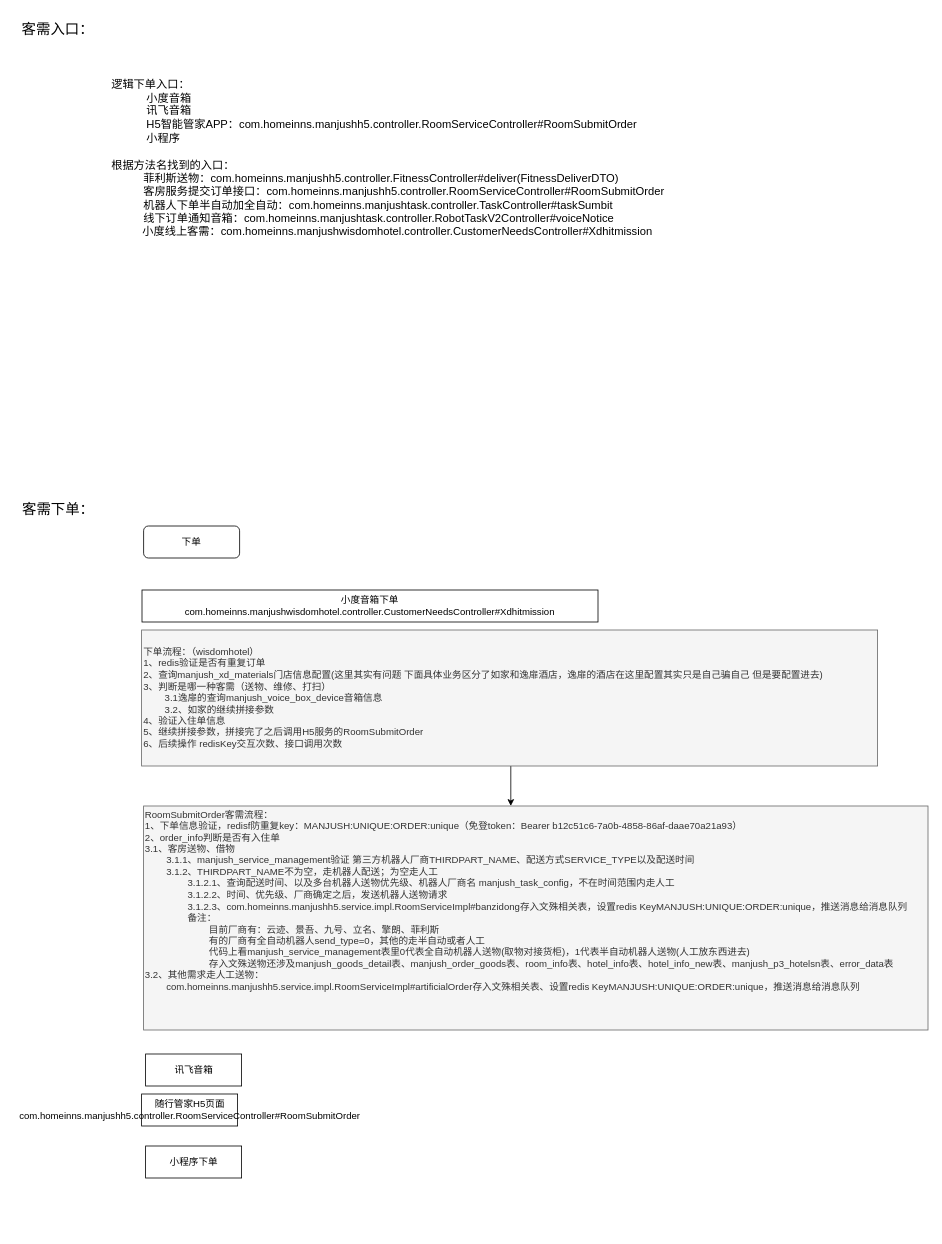
Earlier version of the draw.io diagram manjush客需.drawio (G5G5GQ/taiji). Source tidied: cells renumbered, new cells numbered last; positions are measured from the earlier drawing's top-left corner, leaving out a move shared by most shapes. Both pictures are drawn from the tidied source at 80%, with x=0, y=0 at pixel (14, 14).
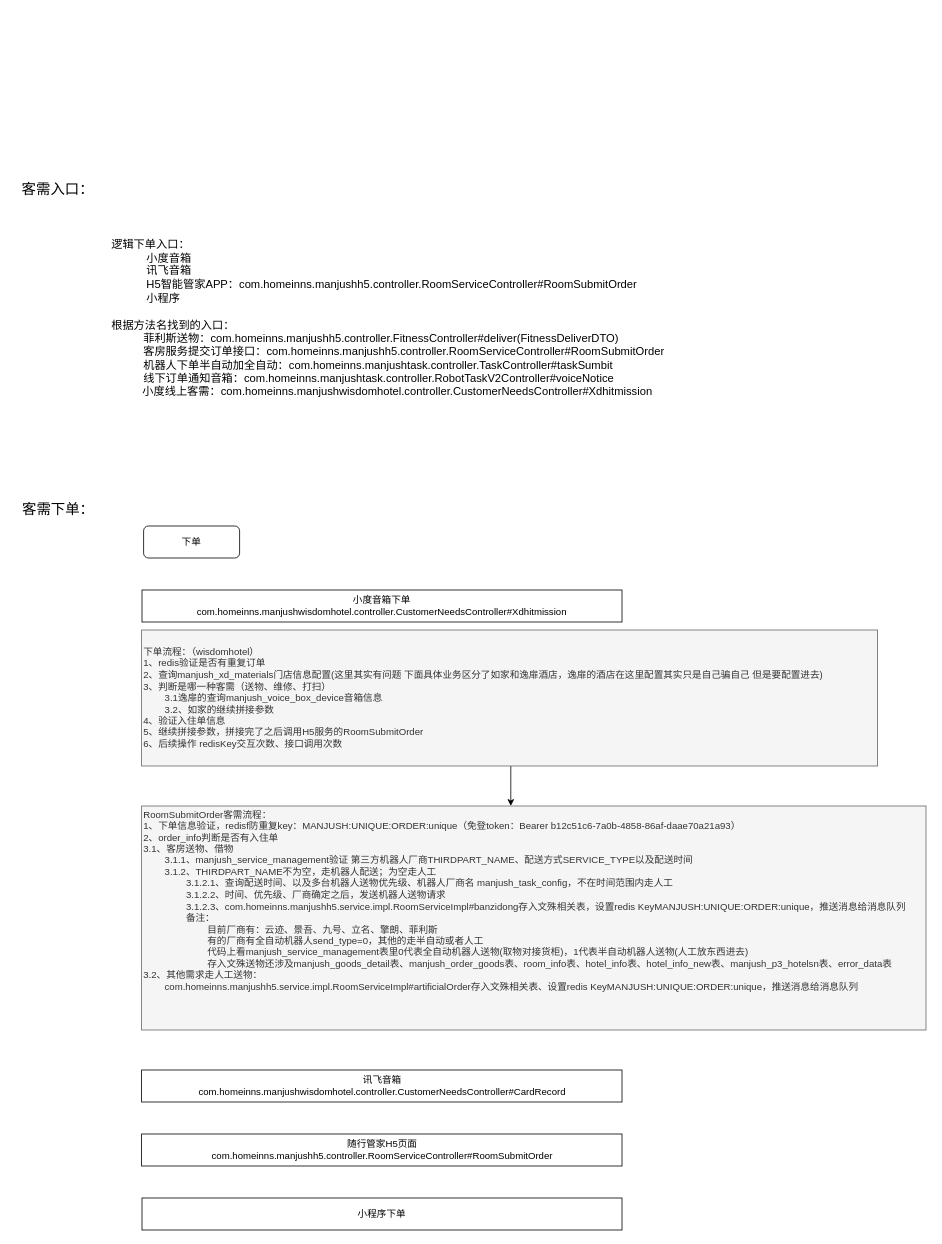
Above is the later version.

Diff of the diagram source:
```diff
@@
 <mxGraphModel>
   <root>
     <mxCell id="0" />
     <mxCell id="1" parent="0" />
     <mxCell id="2" value="&lt;font style=&quot;font-size: 18px;&quot;&gt;客需下单：&lt;/font&gt;" style="text;html=1;align=center;verticalAlign=middle;strokeColor=none;fillColor=none;" parent="1" vertex="1">
       <mxGeometry y="600" width="110" height="40" as="geometry" />
     </mxCell>
     <mxCell id="3" value="小度音箱下单&lt;div&gt;com.homeinns.manjushwisdomhotel.controller.CustomerNeedsController#Xdhitmission&lt;br&gt;&lt;/div&gt;" style="rounded=0;whiteSpace=wrap;html=1;" parent="1" vertex="1">
-      <mxGeometry x="160" y="720" width="570" height="40" as="geometry" />
+      <mxGeometry x="160" y="720" width="600" height="40" as="geometry" />
     </mxCell>
-    <mxCell id="4" value="讯飞音箱" style="rounded=0;whiteSpace=wrap;html=1;" parent="1" vertex="1">
-      <mxGeometry x="164.5" y="1300" width="120" height="40" as="geometry" />
+    <mxCell id="4" value="讯飞音箱&lt;div&gt;com.homeinns.manjushwisdomhotel.controller.CustomerNeedsController#CardRecord&lt;br&gt;&lt;/div&gt;" style="rounded=0;whiteSpace=wrap;html=1;" parent="1" vertex="1">
+      <mxGeometry x="159.5" y="1320" width="600.5" height="40" as="geometry" />
     </mxCell>
     <mxCell id="5" value="随行管家H5页面&lt;div&gt;com.homeinns.manjushh5.controller.RoomServiceController#RoomSubmitOrder&lt;br&gt;&lt;/div&gt;" style="rounded=0;whiteSpace=wrap;html=1;" parent="1" vertex="1">
-      <mxGeometry x="159.5" y="1350" width="120" height="40" as="geometry" />
+      <mxGeometry x="159.5" y="1400" width="600.5" height="40" as="geometry" />
     </mxCell>
     <mxCell id="6" value="小程序下单" style="rounded=0;whiteSpace=wrap;html=1;" parent="1" vertex="1">
-      <mxGeometry x="164.5" y="1415" width="120" height="40" as="geometry" />
+      <mxGeometry x="160" y="1480" width="600" height="40" as="geometry" />
     </mxCell>
     <mxCell id="7" value="下单" style="rounded=1;whiteSpace=wrap;html=1;" parent="1" vertex="1">
       <mxGeometry x="162" y="640" width="120" height="40" as="geometry" />
     </mxCell>
     <mxCell id="8" style="edgeStyle=orthogonalEdgeStyle;rounded=0;jettySize=auto;html=1;" parent="1" edge="1" source="9">
       <mxGeometry relative="1" as="geometry">
         <mxPoint x="621" y="990" as="targetPoint" />
         <Array as="points">
           <mxPoint x="570" y="920" />
           <mxPoint x="570" y="920" />
         </Array>
       </mxGeometry>
     </mxCell>
     <mxCell id="9" value="下单流程：（wisdomhotel）&lt;div&gt;&lt;div style=&quot;&quot;&gt;&lt;span style=&quot;&quot;&gt;1、redis验证是否有重复订单&lt;/span&gt;&lt;/div&gt;&lt;div&gt;&lt;div&gt;2、查询manjush_xd_materials门店信息配置(&lt;span style=&quot;&quot;&gt;这里其实有问题 下面具体业务区分了如家和逸扉酒店，逸扉的酒店在这里配置其实只是自己骗自己 但是要配置进去)&lt;/span&gt;&lt;/div&gt;&lt;div&gt;3、&lt;span style=&quot;&quot;&gt;判断是哪一种客需（送物、维修、打扫）&lt;/span&gt;&lt;/div&gt;&lt;div&gt;&lt;span style=&quot;white-space: pre;&quot;&gt;&#9;&lt;/span&gt;3.1逸扉的查询manjush_voice_box_device音箱信息&lt;/div&gt;&lt;/div&gt;&lt;div&gt;&lt;span style=&quot;white-space: pre;&quot;&gt;&#9;&lt;/span&gt;3.2、如家的继续拼接参数&lt;/div&gt;&lt;div&gt;4、验证入住单信息&lt;/div&gt;&lt;div&gt;5、继续拼接参数，拼接完了之后调用H5服务的RoomSubmitOrder&lt;/div&gt;&lt;div&gt;6、后续操作 redisKey交互次数、接口调用次数&lt;/div&gt;&lt;/div&gt;" style="text;html=1;align=left;verticalAlign=middle;whiteSpace=wrap;rounded=0;textShadow=0;labelBackgroundColor=none;labelBorderColor=none;fillColor=#f5f5f5;fontColor=#333333;strokeColor=#666666;" parent="1" vertex="1">
       <mxGeometry x="159.5" y="770" width="920" height="170" as="geometry" />
     </mxCell>
     <mxCell id="10" value="RoomSubmitOrder客需流程：&lt;div&gt;&lt;div&gt;1、下单信息验证，redisf防重复key：MANJUSH:UNIQUE:ORDER:unique（免登token：Bearer b12c51c6-7a0b-4858-86af-daae70a21a93）&lt;/div&gt;&lt;div&gt;2、order_info判断是否有入住单&lt;/div&gt;&lt;div&gt;3.1、客房送物、借物&lt;/div&gt;&lt;div&gt;&lt;span style=&quot;white-space: pre;&quot;&gt;&#9;&lt;/span&gt;3.1.1、&lt;span style=&quot;background-color: initial;&quot;&gt;manjush_service_management验证 第三方机器人厂商&lt;/span&gt;&lt;span style=&quot;background-color: initial;&quot;&gt;THIRDPART_NAME&lt;/span&gt;&lt;span style=&quot;background-color: initial;&quot;&gt;、配送方式&lt;/span&gt;&lt;span style=&quot;background-color: initial;&quot;&gt;SERVICE_TYPE以及配送时间&lt;/span&gt;&lt;/div&gt;&lt;div&gt;&lt;span style=&quot;background-color: initial;&quot;&gt;&lt;span style=&quot;white-space: pre;&quot;&gt;&#9;&lt;/span&gt;3.1.2、&lt;/span&gt;&lt;span style=&quot;background-color: initial;&quot;&gt;THIRDPART_NAME不为空，走机器人配送；为空走人工&lt;/span&gt;&lt;/div&gt;&lt;div&gt;&lt;span style=&quot;background-color: initial;&quot;&gt;&lt;span style=&quot;white-space: pre;&quot;&gt;&#9;&lt;/span&gt;&lt;span style=&quot;white-space: pre;&quot;&gt;&#9;&lt;/span&gt;3.1.2.1、查询配送时间、以及多台机器人送物优先级、机器人厂商名&amp;nbsp;&lt;/span&gt;&lt;span style=&quot;background-color: initial;&quot;&gt;manjush_task_config，不在时间范围内走人工&lt;/span&gt;&lt;span style=&quot;background-color: initial;&quot;&gt;&lt;br&gt;&lt;/span&gt;&lt;/div&gt;&lt;div&gt;&lt;span style=&quot;background-color: initial;&quot;&gt;&lt;span style=&quot;white-space: pre;&quot;&gt;&#9;&lt;/span&gt;&lt;span style=&quot;white-space: pre;&quot;&gt;&#9;&lt;/span&gt;3.1.2.2、时间、优先级、厂商确定之后，发送机器人送物请求&lt;br&gt;&lt;/span&gt;&lt;/div&gt;&lt;div&gt;&lt;span style=&quot;background-color: initial;&quot;&gt;&lt;span style=&quot;white-space: pre;&quot;&gt;&#9;&lt;/span&gt;&lt;span style=&quot;white-space: pre;&quot;&gt;&#9;&lt;/span&gt;3.1.2.3、&lt;/span&gt;&lt;span style=&quot;background-color: initial;&quot;&gt;com.homeinns.manjushh5.service.impl.RoomServiceImpl#banzidong存入文殊相关表，&lt;/span&gt;&lt;span style=&quot;background-color: initial;&quot;&gt;设置redis Key&lt;/span&gt;&lt;span style=&quot;background-color: initial;&quot;&gt;MANJUSH:UNIQUE:ORDER:unique，推送消息给消息队列&lt;/span&gt;&lt;/div&gt;&lt;div&gt;&lt;span style=&quot;white-space: pre;&quot;&gt;&#9;&lt;/span&gt;&lt;span style=&quot;white-space: pre;&quot;&gt;&#9;&lt;/span&gt;备注：&lt;/div&gt;&lt;div&gt;&lt;span style=&quot;background-color: initial;&quot;&gt;&lt;span style=&quot;white-space: pre;&quot;&gt;&#9;&lt;/span&gt;&lt;span style=&quot;white-space: pre;&quot;&gt;&#9;&lt;/span&gt;&lt;span style=&quot;white-space: pre;&quot;&gt;&#9;&lt;/span&gt;目前厂商有：云迹、景吾、九号、立名、擎朗、菲利斯&lt;/span&gt;&lt;br&gt;&lt;/div&gt;&lt;div&gt;&lt;span style=&quot;background-color: initial;&quot;&gt;&lt;span style=&quot;white-space: pre;&quot;&gt;&#9;&lt;/span&gt;&lt;span style=&quot;white-space: pre;&quot;&gt;&#9;&lt;/span&gt;&lt;span style=&quot;white-space: pre;&quot;&gt;&#9;&lt;/span&gt;有的厂商有全自动机器人send_type=0，其他的走半自动或者人工&lt;br&gt;&lt;/span&gt;&lt;/div&gt;&lt;div&gt;&lt;span style=&quot;background-color: initial;&quot;&gt;&lt;span style=&quot;white-space: pre;&quot;&gt;&#9;&lt;/span&gt;&lt;span style=&quot;white-space: pre;&quot;&gt;&#9;&lt;/span&gt;&lt;span style=&quot;white-space: pre;&quot;&gt;&#9;&lt;/span&gt;代码上看&lt;/span&gt;&lt;span style=&quot;background-color: initial;&quot;&gt;manjush_service_management表里0代表全自动机器人送物(取物对接货柜)，1代表半自动机器人送物(人工放东西进去)&lt;/span&gt;&lt;/div&gt;&lt;div&gt;&lt;span style=&quot;background-color: initial;&quot;&gt;&lt;span style=&quot;white-space: pre;&quot;&gt;&#9;&lt;/span&gt;&lt;span style=&quot;white-space: pre;&quot;&gt;&#9;&lt;/span&gt;&lt;span style=&quot;white-space: pre;&quot;&gt;&#9;&lt;/span&gt;存入文殊送物还涉及manjush_goods_detail表、&lt;/span&gt;&lt;span style=&quot;background-color: initial;&quot;&gt;manjush_order_goods表、room_info表、&lt;/span&gt;&lt;span style=&quot;background-color: initial;&quot;&gt;hotel_info表、&lt;/span&gt;&lt;span style=&quot;background-color: initial;&quot;&gt;hotel_info_new表、&lt;/span&gt;&lt;span style=&quot;background-color: initial;&quot;&gt;manjush_p3_hotelsn表、error_data表&lt;/span&gt;&lt;/div&gt;&lt;div&gt;3.2、其他需求走人工送物：&lt;/div&gt;&lt;div&gt;&lt;span style=&quot;white-space: pre;&quot;&gt;&#9;&lt;/span&gt;&lt;span style=&quot;background-color: initial;&quot;&gt;com.homeinns.manjushh5.service.impl.RoomServiceImpl#artificialOrder存入文殊相关表、&lt;/span&gt;&lt;span style=&quot;background-color: initial;&quot;&gt;设置redis Key&lt;/span&gt;&lt;span style=&quot;background-color: initial;&quot;&gt;MANJUSH:UNIQUE:ORDER:unique，推送消息给消息队列&lt;/span&gt;&lt;br&gt;&lt;/div&gt;&lt;div&gt;&lt;span style=&quot;background-color: initial;&quot;&gt;&lt;span style=&quot;white-space: pre;&quot;&gt;&#9;&lt;/span&gt;&lt;br&gt;&lt;/span&gt;&lt;/div&gt;&lt;div&gt;&lt;span style=&quot;white-space: pre;&quot;&gt;&#9;&lt;/span&gt;&lt;br&gt;&lt;div&gt;&lt;br&gt;&lt;/div&gt;&lt;/div&gt;&lt;/div&gt;" style="text;html=1;align=left;verticalAlign=middle;whiteSpace=wrap;rounded=0;fillColor=#f5f5f5;fontColor=#333333;strokeColor=#666666;" parent="1" vertex="1">
-      <mxGeometry x="162" y="990" width="980.5" height="280" as="geometry" />
+      <mxGeometry x="159.5" y="990" width="980.5" height="280" as="geometry" />
     </mxCell>
     <mxCell id="11" value="&lt;font style=&quot;font-size: 18px;&quot;&gt;客需入口：&lt;/font&gt;" style="text;html=1;align=center;verticalAlign=middle;whiteSpace=wrap;rounded=0;" parent="1" vertex="1">
-      <mxGeometry width="110" height="40" as="geometry" />
+      <mxGeometry y="200" width="110" height="40" as="geometry" />
     </mxCell>
     <mxCell id="12" value="&lt;font style=&quot;font-size: 14px;&quot;&gt;逻辑下单入口：&lt;br&gt;&lt;/font&gt;&lt;blockquote style=&quot;margin: 0 0 0 40px; border: none; padding: 0px;&quot;&gt;&lt;div style=&quot;font-size: 14px;&quot;&gt;&lt;span style=&quot;background-color: initial;&quot;&gt;&lt;font style=&quot;font-size: 14px;&quot;&gt;&amp;nbsp;&lt;font style=&quot;font-size: 14px;&quot;&gt;小度音箱&lt;/font&gt;&lt;/font&gt;&lt;/span&gt;&lt;/div&gt;&lt;div style=&quot;font-size: 14px;&quot;&gt;&lt;span style=&quot;background-color: initial;&quot;&gt;&lt;font style=&quot;font-size: 14px;&quot;&gt;&amp;nbsp;讯飞音箱&lt;/font&gt;&lt;/span&gt;&lt;/div&gt;&lt;div style=&quot;font-size: 14px;&quot;&gt;&lt;span style=&quot;background-color: initial;&quot;&gt;&lt;font style=&quot;font-size: 14px;&quot;&gt;&amp;nbsp;H5智能管家APP：com.homeinns.manjushh5.controller.RoomServiceController#RoomSubmitOrder&lt;/font&gt;&lt;/span&gt;&lt;/div&gt;&lt;div style=&quot;font-size: 14px;&quot;&gt;&lt;span style=&quot;background-color: initial;&quot;&gt;&lt;font style=&quot;font-size: 14px;&quot;&gt;&amp;nbsp;小程序&lt;/font&gt;&lt;/span&gt;&lt;/div&gt;&lt;/blockquote&gt;&lt;div style=&quot;font-size: 14px;&quot;&gt;&lt;font style=&quot;font-size: 14px;&quot;&gt;&lt;br&gt;&lt;/font&gt;&lt;/div&gt;&lt;div style=&quot;font-size: 14px;&quot;&gt;根据方法名找到的入口：&lt;/div&gt;&lt;blockquote style=&quot;margin: 0 0 0 40px; border: none; padding: 0px;&quot;&gt;&lt;div style=&quot;font-size: 14px;&quot;&gt;&lt;span style=&quot;background-color: initial;&quot;&gt;&lt;font style=&quot;font-size: 14px;&quot;&gt;菲利斯送物：&lt;/font&gt;&lt;/span&gt;&lt;span style=&quot;background-color: initial;&quot;&gt;com.homeinns.manjushh5.controller.FitnessController#deliver(FitnessDeliverDTO)&lt;/span&gt;&lt;/div&gt;&lt;div style=&quot;font-size: 14px;&quot;&gt;&lt;span style=&quot;background-color: initial;&quot;&gt;&lt;font style=&quot;font-size: 14px;&quot;&gt;客房服务提交订单接口：&lt;/font&gt;&lt;/span&gt;&lt;span style=&quot;background-color: initial;&quot;&gt;com.homeinns.manjushh5.controller.RoomServiceController#RoomSubmitOrder&lt;/span&gt;&lt;/div&gt;&lt;div style=&quot;font-size: 14px;&quot;&gt;&lt;span style=&quot;background-color: initial;&quot;&gt;&lt;font style=&quot;font-size: 14px;&quot;&gt;机器人下单半自动加全自动：&lt;/font&gt;&lt;/span&gt;&lt;span style=&quot;background-color: initial;&quot;&gt;com.homeinns.manjushtask.controller.TaskController#taskSumbit&lt;/span&gt;&lt;/div&gt;&lt;div style=&quot;font-size: 14px;&quot;&gt;&lt;span style=&quot;background-color: initial;&quot;&gt;&lt;font style=&quot;font-size: 14px;&quot;&gt;线下订单通知音箱：&lt;/font&gt;&lt;/span&gt;&lt;span style=&quot;background-color: initial;&quot;&gt;com.homeinns.manjushtask.controller.RobotTaskV2Controller#voiceNotice&lt;/span&gt;&lt;/div&gt;&lt;/blockquote&gt;&lt;div style=&quot;font-size: 14px;&quot;&gt;&lt;span style=&quot;background-color: initial;&quot;&gt;&lt;span style=&quot;white-space: pre;&quot;&gt;&#9;&lt;/span&gt;&amp;nbsp; 小度线上客需：&lt;/span&gt;&lt;span style=&quot;background-color: initial;&quot;&gt;com.homeinns.manjushwisdomhotel.controller.CustomerNeedsController#Xdhitmission&lt;/span&gt;&lt;br&gt;&lt;/div&gt;" style="text;html=1;align=left;verticalAlign=middle;whiteSpace=wrap;rounded=0;" parent="1" vertex="1">
-      <mxGeometry x="120" y="40" width="780.5" height="280" as="geometry" />
+      <mxGeometry x="120" y="240" width="780.5" height="280" as="geometry" />
     </mxCell>
   </root>
 </mxGraphModel>
```
